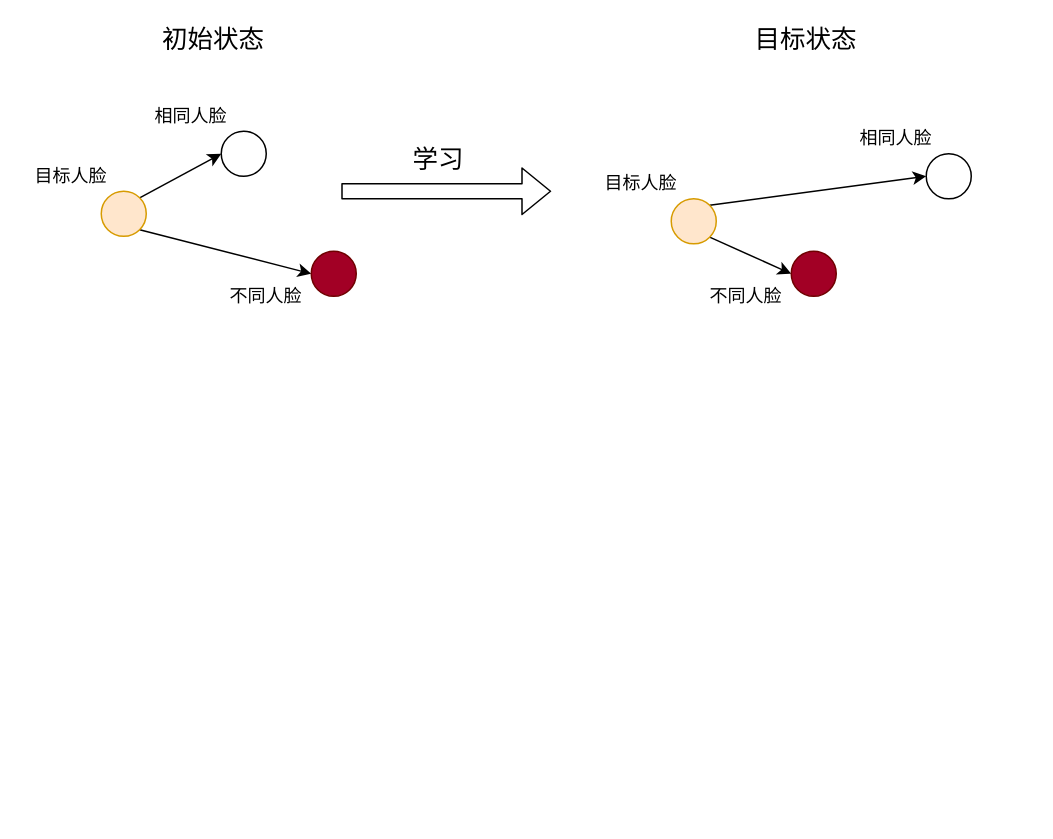
Before: face.drawio in Arctanxy/-, a draw.io diagram. Source tidied: cells renumbered, new cells numbered last; positions are measured from the earlier drawing's top-left corner, leaving out a move shared by most shapes. Both pictures are drawn from the tidied source at 150%, with x=0, y=0 at pixel (26, 26).
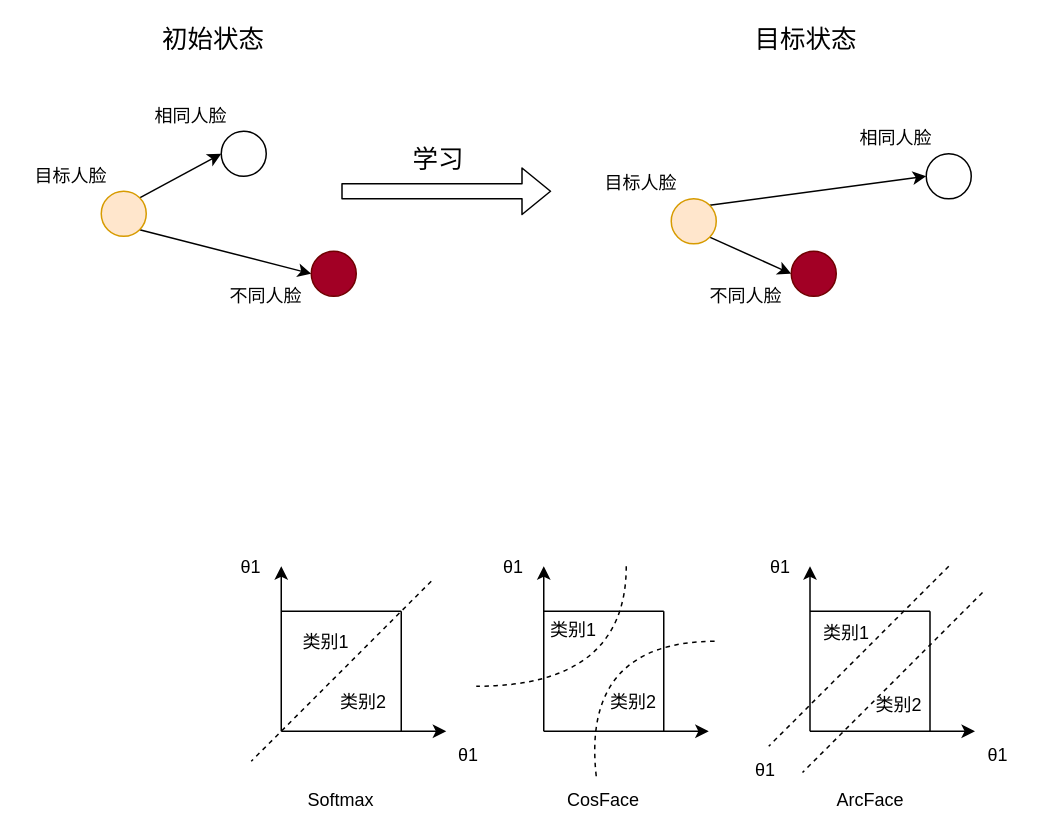
Above is the later version.

Diff of the diagram source:
```diff
@@
+    <mxCell id="22" style="endArrow=none;html=1;fontSize=17;" parent="1" edge="1">
+      <mxGeometry relative="1" as="geometry">
+        <mxPoint x="170" y="390" as="sourcePoint" />
+        <mxPoint x="250" y="390" as="targetPoint" />
+      </mxGeometry>
+    </mxCell>
+    <mxCell id="23" style="endArrow=none;html=1;fontSize=17;startArrow=classic;startFill=1;" parent="1" edge="1">
+      <mxGeometry relative="1" as="geometry">
+        <mxPoint x="170" y="360" as="sourcePoint" />
+        <mxPoint x="170" y="470" as="targetPoint" />
+      </mxGeometry>
+    </mxCell>
+    <mxCell id="24" style="endArrow=none;html=1;fontSize=17;" parent="1" edge="1">
+      <mxGeometry relative="1" as="geometry">
+        <mxPoint x="250" y="390" as="sourcePoint" />
+        <mxPoint x="250" y="470" as="targetPoint" />
+      </mxGeometry>
+    </mxCell>
+    <mxCell id="25" style="endArrow=none;html=1;fontSize=17;startArrow=classic;startFill=1;" parent="1" edge="1">
+      <mxGeometry relative="1" as="geometry">
+        <mxPoint x="280" y="470" as="sourcePoint" />
+        <mxPoint x="170" y="470" as="targetPoint" />
+      </mxGeometry>
+    </mxCell>
+    <mxCell id="26" style="endArrow=none;html=1;fontSize=17;dashed=1;" parent="1" edge="1">
+      <mxGeometry relative="1" as="geometry">
+        <mxPoint x="270" y="370" as="sourcePoint" />
+        <mxPoint x="150" y="490" as="targetPoint" />
+      </mxGeometry>
+    </mxCell>
+    <mxCell id="27" value="&lt;font style=&quot;font-size: 12px&quot;&gt;类别1&lt;/font&gt;" style="text;html=1;strokeColor=none;fillColor=none;align=center;verticalAlign=middle;whiteSpace=wrap;rounded=0;fontSize=17;" parent="1" vertex="1">
+      <mxGeometry x="180" y="400" width="40" height="20" as="geometry" />
+    </mxCell>
+    <mxCell id="28" value="&lt;font style=&quot;font-size: 12px&quot;&gt;类别2&lt;/font&gt;" style="text;html=1;strokeColor=none;fillColor=none;align=center;verticalAlign=middle;whiteSpace=wrap;rounded=0;fontSize=17;" parent="1" vertex="1">
+      <mxGeometry x="205" y="440" width="40" height="20" as="geometry" />
+    </mxCell>
+    <mxCell id="29" value="&lt;font style=&quot;font-size: 12px&quot;&gt;θ1&lt;/font&gt;" style="text;html=1;strokeColor=none;fillColor=none;align=center;verticalAlign=middle;whiteSpace=wrap;rounded=0;fontSize=17;" parent="1" vertex="1">
+      <mxGeometry x="130" y="350" width="40" height="20" as="geometry" />
+    </mxCell>
+    <mxCell id="30" value="&lt;font style=&quot;font-size: 12px&quot;&gt;θ1&lt;/font&gt;" style="text;html=1;strokeColor=none;fillColor=none;align=center;verticalAlign=middle;whiteSpace=wrap;rounded=0;fontSize=17;" parent="1" vertex="1">
+      <mxGeometry x="275" y="474.5" width="40" height="20" as="geometry" />
+    </mxCell>
+    <mxCell id="31" value="&lt;font style=&quot;font-size: 12px&quot;&gt;Softmax&lt;/font&gt;" style="text;html=1;strokeColor=none;fillColor=none;align=center;verticalAlign=middle;whiteSpace=wrap;rounded=0;fontSize=17;" parent="1" vertex="1">
+      <mxGeometry x="190" y="504.5" width="40" height="20" as="geometry" />
+    </mxCell>
+    <mxCell id="32" style="endArrow=none;html=1;fontSize=17;" parent="1" edge="1">
+      <mxGeometry relative="1" as="geometry">
+        <mxPoint x="345" y="390" as="sourcePoint" />
+        <mxPoint x="425" y="390" as="targetPoint" />
+      </mxGeometry>
+    </mxCell>
+    <mxCell id="33" style="endArrow=none;html=1;fontSize=17;startArrow=classic;startFill=1;" parent="1" edge="1">
+      <mxGeometry relative="1" as="geometry">
+        <mxPoint x="345" y="360" as="sourcePoint" />
+        <mxPoint x="345" y="470" as="targetPoint" />
+      </mxGeometry>
+    </mxCell>
+    <mxCell id="34" style="endArrow=none;html=1;fontSize=17;" parent="1" edge="1">
+      <mxGeometry relative="1" as="geometry">
+        <mxPoint x="425" y="390" as="sourcePoint" />
+        <mxPoint x="425" y="470" as="targetPoint" />
+      </mxGeometry>
+    </mxCell>
+    <mxCell id="35" style="endArrow=none;html=1;fontSize=17;startArrow=classic;startFill=1;" parent="1" edge="1">
+      <mxGeometry relative="1" as="geometry">
+        <mxPoint x="455" y="470" as="sourcePoint" />
+        <mxPoint x="345" y="470" as="targetPoint" />
+      </mxGeometry>
+    </mxCell>
+    <mxCell id="36" style="endArrow=none;html=1;fontSize=17;dashed=1;curved=1;" parent="1" edge="1">
+      <mxGeometry relative="1" as="geometry">
+        <mxPoint x="400" y="360" as="sourcePoint" />
+        <mxPoint x="300" y="440" as="targetPoint" />
+        <Array as="points">
+          <mxPoint x="400" y="440" />
+        </Array>
+      </mxGeometry>
+    </mxCell>
+    <mxCell id="37" value="&lt;font style=&quot;font-size: 12px&quot;&gt;类别1&lt;/font&gt;" style="text;html=1;strokeColor=none;fillColor=none;align=center;verticalAlign=middle;whiteSpace=wrap;rounded=0;fontSize=17;" parent="1" vertex="1">
+      <mxGeometry x="344.5" y="392" width="40" height="20" as="geometry" />
+    </mxCell>
+    <mxCell id="38" value="&lt;font style=&quot;font-size: 12px&quot;&gt;类别2&lt;/font&gt;" style="text;html=1;strokeColor=none;fillColor=none;align=center;verticalAlign=middle;whiteSpace=wrap;rounded=0;fontSize=17;" parent="1" vertex="1">
+      <mxGeometry x="385" y="440" width="40" height="20" as="geometry" />
+    </mxCell>
+    <mxCell id="39" value="&lt;font style=&quot;font-size: 12px&quot;&gt;θ1&lt;/font&gt;" style="text;html=1;strokeColor=none;fillColor=none;align=center;verticalAlign=middle;whiteSpace=wrap;rounded=0;fontSize=17;" parent="1" vertex="1">
+      <mxGeometry x="305" y="350" width="40" height="20" as="geometry" />
+    </mxCell>
+    <mxCell id="40" value="&lt;font style=&quot;font-size: 12px&quot;&gt;θ1&lt;/font&gt;" style="text;html=1;strokeColor=none;fillColor=none;align=center;verticalAlign=middle;whiteSpace=wrap;rounded=0;fontSize=17;" parent="1" vertex="1">
+      <mxGeometry x="472.5" y="484.5" width="40" height="20" as="geometry" />
+    </mxCell>
+    <mxCell id="41" value="&lt;font style=&quot;font-size: 12px&quot;&gt;CosFace&lt;/font&gt;" style="text;html=1;strokeColor=none;fillColor=none;align=center;verticalAlign=middle;whiteSpace=wrap;rounded=0;fontSize=17;" parent="1" vertex="1">
+      <mxGeometry x="365" y="504.5" width="40" height="20" as="geometry" />
+    </mxCell>
+    <mxCell id="42" style="endArrow=none;dashed=1;html=1;fontSize=17;curved=1;" parent="1" edge="1">
+      <mxGeometry relative="1" as="geometry">
+        <mxPoint x="380" y="500" as="sourcePoint" />
+        <mxPoint x="460" y="410" as="targetPoint" />
+        <Array as="points">
+          <mxPoint x="370" y="410" />
+        </Array>
+      </mxGeometry>
+    </mxCell>
+    <mxCell id="43" style="endArrow=none;html=1;fontSize=17;" parent="1" edge="1">
+      <mxGeometry relative="1" as="geometry">
+        <mxPoint x="522.5" y="390" as="sourcePoint" />
+        <mxPoint x="602.5" y="390" as="targetPoint" />
+      </mxGeometry>
+    </mxCell>
+    <mxCell id="44" style="endArrow=none;html=1;fontSize=17;startArrow=classic;startFill=1;" parent="1" edge="1">
+      <mxGeometry relative="1" as="geometry">
+        <mxPoint x="522.5" y="360" as="sourcePoint" />
+        <mxPoint x="522.5" y="470" as="targetPoint" />
+      </mxGeometry>
+    </mxCell>
+    <mxCell id="45" style="endArrow=none;html=1;fontSize=17;" parent="1" edge="1">
+      <mxGeometry relative="1" as="geometry">
+        <mxPoint x="602.5" y="390" as="sourcePoint" />
+        <mxPoint x="602.5" y="470" as="targetPoint" />
+      </mxGeometry>
+    </mxCell>
+    <mxCell id="46" style="endArrow=none;html=1;fontSize=17;startArrow=classic;startFill=1;" parent="1" edge="1">
+      <mxGeometry relative="1" as="geometry">
+        <mxPoint x="632.5" y="470" as="sourcePoint" />
+        <mxPoint x="522.5" y="470" as="targetPoint" />
+      </mxGeometry>
+    </mxCell>
+    <mxCell id="47" style="endArrow=none;html=1;fontSize=17;dashed=1;" parent="1" edge="1">
+      <mxGeometry relative="1" as="geometry">
+        <mxPoint x="615" y="360" as="sourcePoint" />
+        <mxPoint x="495" y="480" as="targetPoint" />
+      </mxGeometry>
+    </mxCell>
+    <mxCell id="48" value="&lt;font style=&quot;font-size: 12px&quot;&gt;类别1&lt;/font&gt;" style="text;html=1;strokeColor=none;fillColor=none;align=center;verticalAlign=middle;whiteSpace=wrap;rounded=0;fontSize=17;" parent="1" vertex="1">
+      <mxGeometry x="526.5" y="394" width="40" height="20" as="geometry" />
+    </mxCell>
+    <mxCell id="49" value="&lt;font style=&quot;font-size: 12px&quot;&gt;类别2&lt;/font&gt;" style="text;html=1;strokeColor=none;fillColor=none;align=center;verticalAlign=middle;whiteSpace=wrap;rounded=0;fontSize=17;" parent="1" vertex="1">
+      <mxGeometry x="562" y="442" width="40" height="20" as="geometry" />
+    </mxCell>
+    <mxCell id="50" value="&lt;font style=&quot;font-size: 12px&quot;&gt;θ1&lt;/font&gt;" style="text;html=1;strokeColor=none;fillColor=none;align=center;verticalAlign=middle;whiteSpace=wrap;rounded=0;fontSize=17;" parent="1" vertex="1">
+      <mxGeometry x="482.5" y="350" width="40" height="20" as="geometry" />
+    </mxCell>
+    <mxCell id="51" value="&lt;font style=&quot;font-size: 12px&quot;&gt;θ1&lt;/font&gt;" style="text;html=1;strokeColor=none;fillColor=none;align=center;verticalAlign=middle;whiteSpace=wrap;rounded=0;fontSize=17;" parent="1" vertex="1">
+      <mxGeometry x="627.5" y="474.5" width="40" height="20" as="geometry" />
+    </mxCell>
+    <mxCell id="52" value="&lt;font style=&quot;font-size: 12px&quot;&gt;ArcFace&lt;/font&gt;" style="text;html=1;strokeColor=none;fillColor=none;align=center;verticalAlign=middle;whiteSpace=wrap;rounded=0;fontSize=17;" parent="1" vertex="1">
+      <mxGeometry x="542.5" y="504.5" width="40" height="20" as="geometry" />
+    </mxCell>
+    <mxCell id="53" style="endArrow=none;html=1;fontSize=17;dashed=1;" parent="1" edge="1">
+      <mxGeometry relative="1" as="geometry">
+        <mxPoint x="637.5" y="377.5" as="sourcePoint" />
+        <mxPoint x="517.5" y="497.5" as="targetPoint" />
+      </mxGeometry>
+    </mxCell>
```
